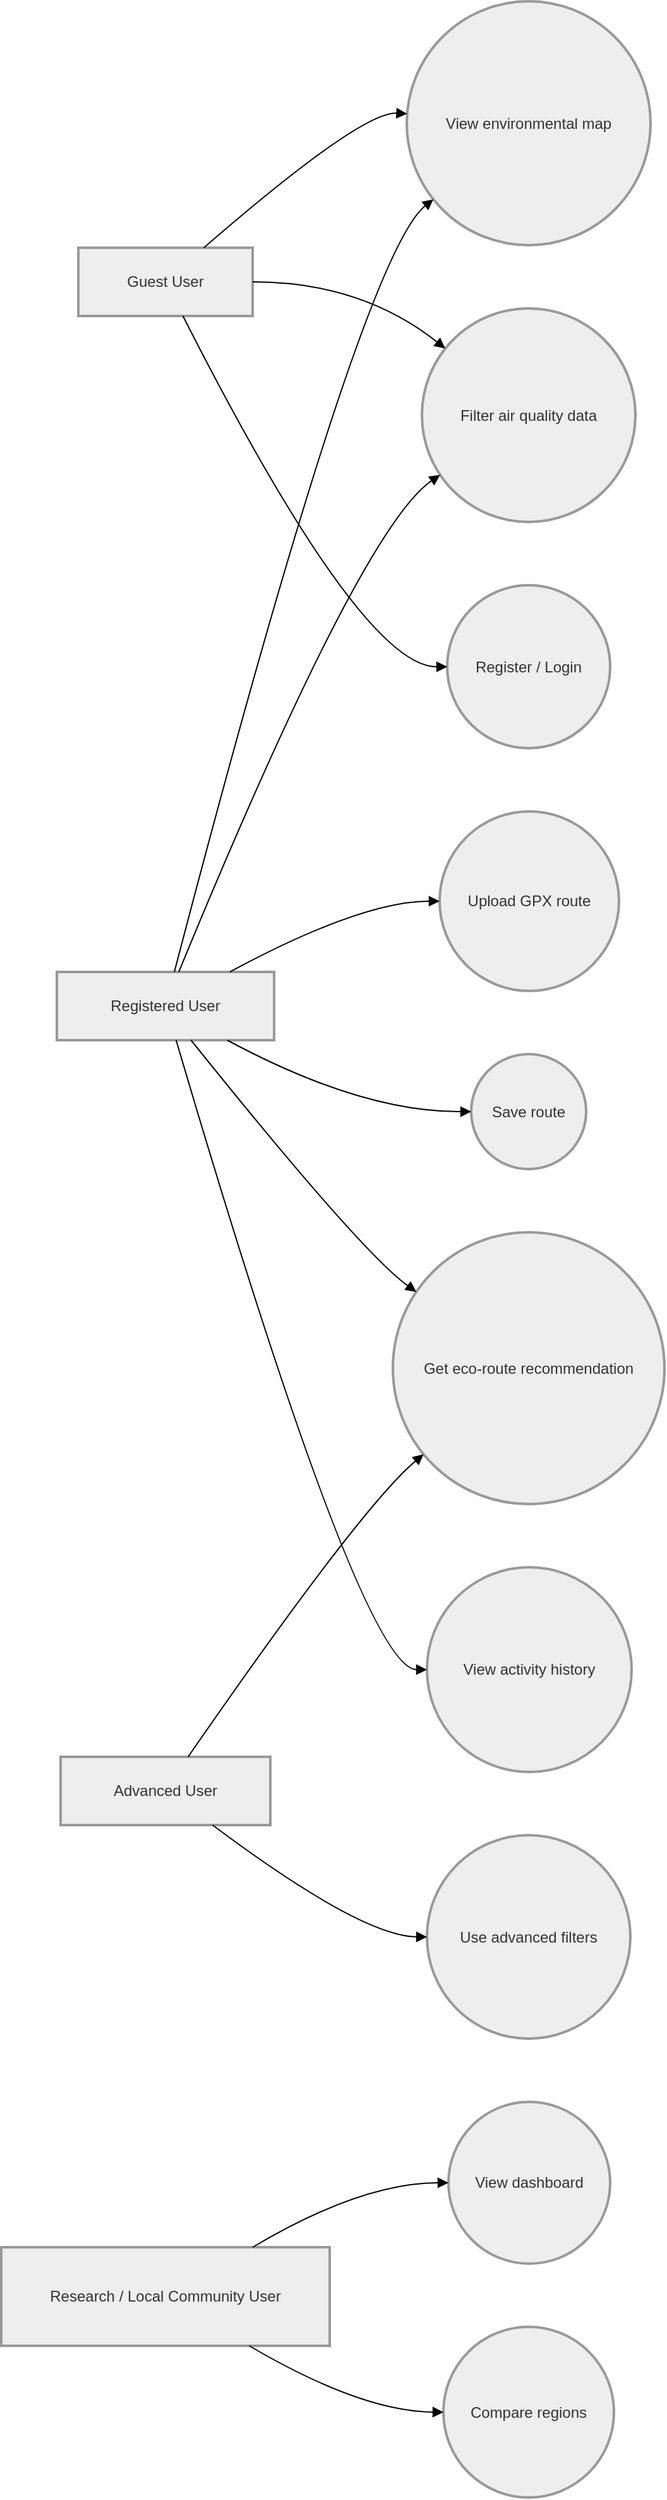
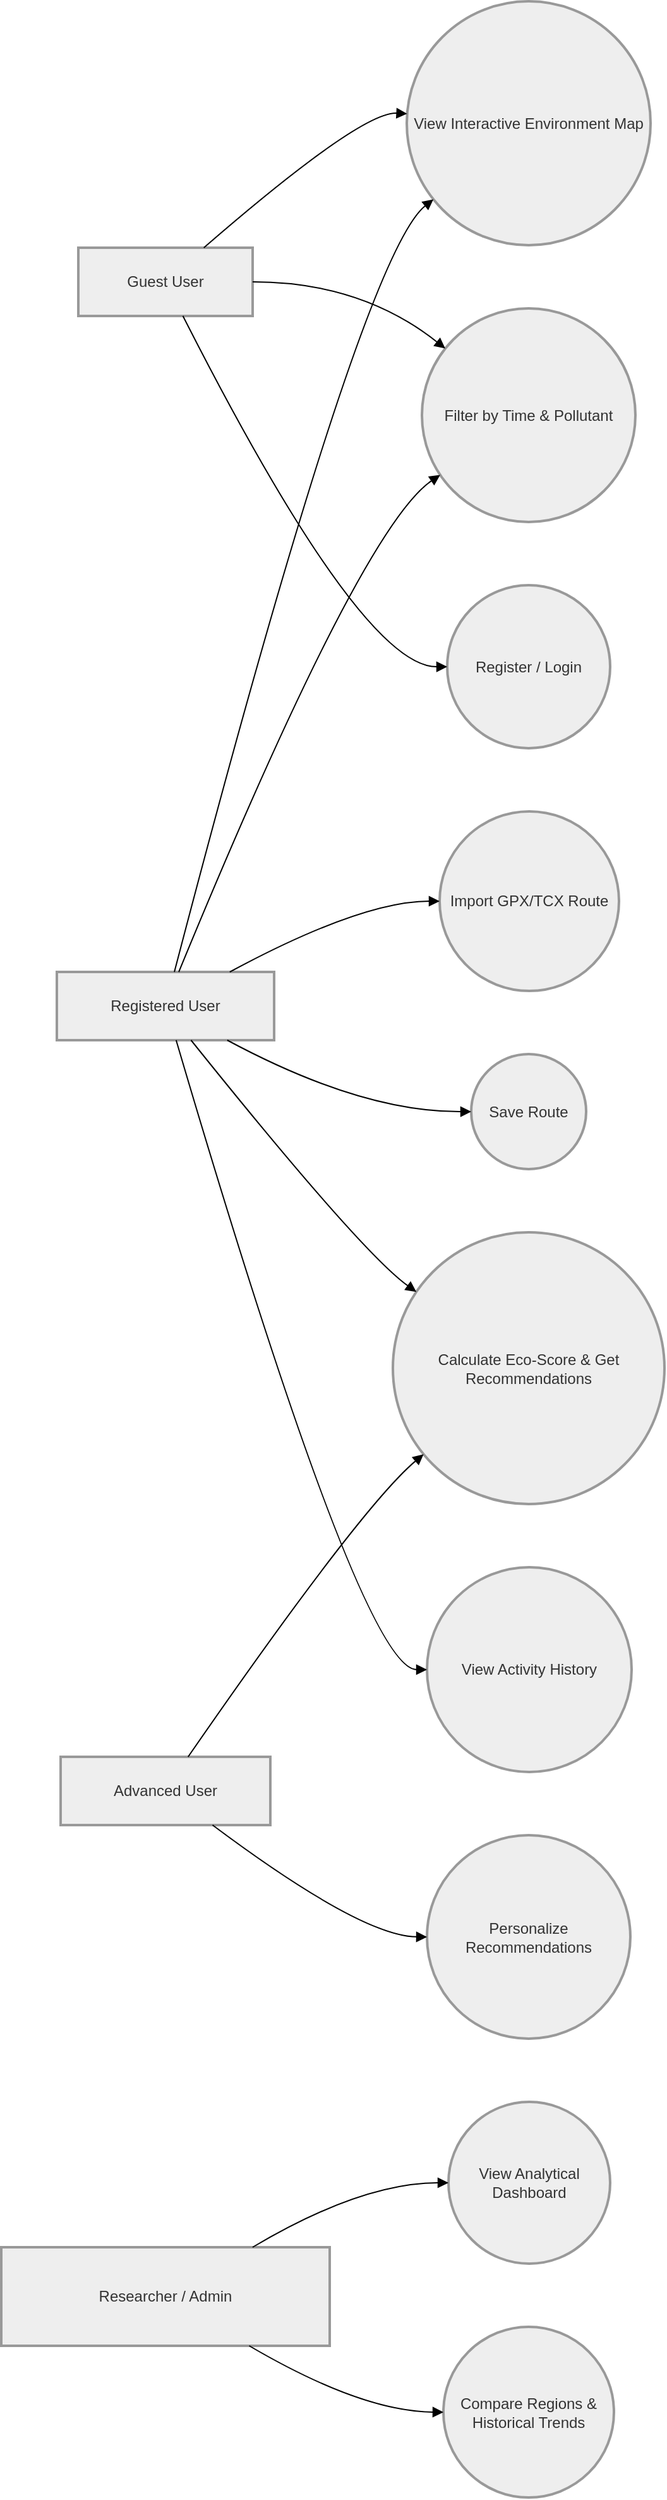
<mxfile host="app.diagrams.net">
  <diagram name="Page-1" id="PHo1FHuM4q4CtH5JVvig">
    <mxGraphModel dx="1030" dy="562" grid="1" gridSize="10" guides="1" tooltips="1" connect="1" arrows="1" fold="1" page="1" pageScale="1" pageWidth="850" pageHeight="1100" math="0" shadow="0">
      <root>
        <mxCell id="0" />
        <mxCell id="1" parent="0" />
        <mxCell id="tD_OXxUOq-QVR94ilkPj-1" parent="1" style="whiteSpace=wrap;strokeWidth=2;fillColor=light-dark(#eeeeee,#1f2020);strokeColor=light-dark(#999999,#cccccc);fontColor=light-dark(#333333,#cccccc);" value="Guest User" vertex="1">
          <mxGeometry height="54" width="138" x="81" y="215" as="geometry" />
        </mxCell>
        <mxCell id="tD_OXxUOq-QVR94ilkPj-2" parent="1" style="whiteSpace=wrap;strokeWidth=2;fillColor=light-dark(#eeeeee,#1f2020);strokeColor=light-dark(#999999,#cccccc);fontColor=light-dark(#333333,#cccccc);" value="Registered User" vertex="1">
          <mxGeometry height="54" width="172" x="64" y="788" as="geometry" />
        </mxCell>
        <mxCell id="tD_OXxUOq-QVR94ilkPj-3" parent="1" style="whiteSpace=wrap;strokeWidth=2;fillColor=light-dark(#eeeeee,#1f2020);strokeColor=light-dark(#999999,#cccccc);fontColor=light-dark(#333333,#cccccc);" value="Advanced User" vertex="1">
          <mxGeometry height="54" width="166" x="67" y="1409" as="geometry" />
        </mxCell>
-         <mxCell id="tD_OXxUOq-QVR94ilkPj-4" parent="1" style="whiteSpace=wrap;strokeWidth=2;fillColor=light-dark(#eeeeee,#1f2020);strokeColor=light-dark(#999999,#cccccc);fontColor=light-dark(#333333,#cccccc);" value="Research / Local Community User" vertex="1">
+         <mxCell id="tD_OXxUOq-QVR94ilkPj-4" parent="1" style="whiteSpace=wrap;strokeWidth=2;fillColor=light-dark(#eeeeee,#1f2020);strokeColor=light-dark(#999999,#cccccc);fontColor=light-dark(#333333,#cccccc);" value="Researcher / Admin" vertex="1">
          <mxGeometry height="78" width="260" x="20" y="1797" as="geometry" />
        </mxCell>
-         <mxCell id="tD_OXxUOq-QVR94ilkPj-5" parent="1" style="ellipse;aspect=fixed;strokeWidth=2;whiteSpace=wrap;fillColor=light-dark(#eeeeee,#1f2020);strokeColor=light-dark(#999999,#cccccc);fontColor=light-dark(#333333,#cccccc);" value="View environmental map" vertex="1">
+         <mxCell id="tD_OXxUOq-QVR94ilkPj-5" parent="1" style="ellipse;aspect=fixed;strokeWidth=2;whiteSpace=wrap;fillColor=light-dark(#eeeeee,#1f2020);strokeColor=light-dark(#999999,#cccccc);fontColor=light-dark(#333333,#cccccc);" value="View Interactive Environment Map" vertex="1">
          <mxGeometry height="193" width="193" x="341" y="20" as="geometry" />
        </mxCell>
-         <mxCell id="tD_OXxUOq-QVR94ilkPj-6" parent="1" style="ellipse;aspect=fixed;strokeWidth=2;whiteSpace=wrap;fillColor=light-dark(#eeeeee,#1f2020);strokeColor=light-dark(#999999,#cccccc);fontColor=light-dark(#333333,#cccccc);" value="Filter air quality data" vertex="1">
+         <mxCell id="tD_OXxUOq-QVR94ilkPj-6" parent="1" style="ellipse;aspect=fixed;strokeWidth=2;whiteSpace=wrap;fillColor=light-dark(#eeeeee,#1f2020);strokeColor=light-dark(#999999,#cccccc);fontColor=light-dark(#333333,#cccccc);" value="Filter by Time &amp; Pollutant" vertex="1">
          <mxGeometry height="169" width="169" x="353" y="263" as="geometry" />
        </mxCell>
        <mxCell id="tD_OXxUOq-QVR94ilkPj-7" parent="1" style="ellipse;aspect=fixed;strokeWidth=2;whiteSpace=wrap;fillColor=light-dark(#eeeeee,#1f2020);strokeColor=light-dark(#999999,#cccccc);fontColor=light-dark(#333333,#cccccc);" value="Register / Login" vertex="1">
          <mxGeometry height="129" width="129" x="373" y="482" as="geometry" />
        </mxCell>
-         <mxCell id="tD_OXxUOq-QVR94ilkPj-8" parent="1" style="ellipse;aspect=fixed;strokeWidth=2;whiteSpace=wrap;fillColor=light-dark(#eeeeee,#1f2020);strokeColor=light-dark(#999999,#cccccc);fontColor=light-dark(#333333,#cccccc);" value="Upload GPX route" vertex="1">
+         <mxCell id="tD_OXxUOq-QVR94ilkPj-8" parent="1" style="ellipse;aspect=fixed;strokeWidth=2;whiteSpace=wrap;fillColor=light-dark(#eeeeee,#1f2020);strokeColor=light-dark(#999999,#cccccc);fontColor=light-dark(#333333,#cccccc);" value="Import GPX/TCX Route" vertex="1">
          <mxGeometry height="142" width="142" x="367" y="661" as="geometry" />
        </mxCell>
-         <mxCell id="tD_OXxUOq-QVR94ilkPj-9" parent="1" style="ellipse;aspect=fixed;strokeWidth=2;whiteSpace=wrap;fillColor=light-dark(#eeeeee,#1f2020);strokeColor=light-dark(#999999,#cccccc);fontColor=light-dark(#333333,#cccccc);" value="Save route" vertex="1">
+         <mxCell id="tD_OXxUOq-QVR94ilkPj-9" parent="1" style="ellipse;aspect=fixed;strokeWidth=2;whiteSpace=wrap;fillColor=light-dark(#eeeeee,#1f2020);strokeColor=light-dark(#999999,#cccccc);fontColor=light-dark(#333333,#cccccc);" value="Save Route" vertex="1">
          <mxGeometry height="91" width="91" x="392" y="853" as="geometry" />
        </mxCell>
-         <mxCell id="tD_OXxUOq-QVR94ilkPj-10" parent="1" style="ellipse;aspect=fixed;strokeWidth=2;whiteSpace=wrap;fillColor=light-dark(#eeeeee,#1f2020);strokeColor=light-dark(#999999,#cccccc);fontColor=light-dark(#333333,#cccccc);" value="Get eco-route recommendation" vertex="1">
+         <mxCell id="tD_OXxUOq-QVR94ilkPj-10" parent="1" style="ellipse;aspect=fixed;strokeWidth=2;whiteSpace=wrap;fillColor=light-dark(#eeeeee,#1f2020);strokeColor=light-dark(#999999,#cccccc);fontColor=light-dark(#333333,#cccccc);" value="Calculate Eco-Score &amp; Get Recommendations" vertex="1">
          <mxGeometry height="215" width="215" x="330" y="994" as="geometry" />
        </mxCell>
-         <mxCell id="tD_OXxUOq-QVR94ilkPj-11" parent="1" style="ellipse;aspect=fixed;strokeWidth=2;whiteSpace=wrap;fillColor=light-dark(#eeeeee,#1f2020);strokeColor=light-dark(#999999,#cccccc);fontColor=light-dark(#333333,#cccccc);" value="View activity history" vertex="1">
+         <mxCell id="tD_OXxUOq-QVR94ilkPj-11" parent="1" style="ellipse;aspect=fixed;strokeWidth=2;whiteSpace=wrap;fillColor=light-dark(#eeeeee,#1f2020);strokeColor=light-dark(#999999,#cccccc);fontColor=light-dark(#333333,#cccccc);" value="View Activity History" vertex="1">
          <mxGeometry height="162" width="162" x="357" y="1259" as="geometry" />
        </mxCell>
-         <mxCell id="tD_OXxUOq-QVR94ilkPj-12" parent="1" style="ellipse;aspect=fixed;strokeWidth=2;whiteSpace=wrap;fillColor=light-dark(#eeeeee,#1f2020);strokeColor=light-dark(#999999,#cccccc);fontColor=light-dark(#333333,#cccccc);" value="Use advanced filters" vertex="1">
+         <mxCell id="tD_OXxUOq-QVR94ilkPj-12" parent="1" style="ellipse;aspect=fixed;strokeWidth=2;whiteSpace=wrap;fillColor=light-dark(#eeeeee,#1f2020);strokeColor=light-dark(#999999,#cccccc);fontColor=light-dark(#333333,#cccccc);" value="Personalize Recommendations" vertex="1">
          <mxGeometry height="161" width="161" x="357" y="1471" as="geometry" />
        </mxCell>
-         <mxCell id="tD_OXxUOq-QVR94ilkPj-13" parent="1" style="ellipse;aspect=fixed;strokeWidth=2;whiteSpace=wrap;fillColor=light-dark(#eeeeee,#1f2020);strokeColor=light-dark(#999999,#cccccc);fontColor=light-dark(#333333,#cccccc);" value="View dashboard" vertex="1">
+         <mxCell id="tD_OXxUOq-QVR94ilkPj-13" parent="1" style="ellipse;aspect=fixed;strokeWidth=2;whiteSpace=wrap;fillColor=light-dark(#eeeeee,#1f2020);strokeColor=light-dark(#999999,#cccccc);fontColor=light-dark(#333333,#cccccc);" value="View Analytical Dashboard" vertex="1">
          <mxGeometry height="128" width="128" x="374" y="1682" as="geometry" />
        </mxCell>
-         <mxCell id="tD_OXxUOq-QVR94ilkPj-14" parent="1" style="ellipse;aspect=fixed;strokeWidth=2;whiteSpace=wrap;fillColor=light-dark(#eeeeee,#1f2020);strokeColor=light-dark(#999999,#cccccc);fontColor=light-dark(#333333,#cccccc);" value="Compare regions" vertex="1">
+         <mxCell id="tD_OXxUOq-QVR94ilkPj-14" parent="1" style="ellipse;aspect=fixed;strokeWidth=2;whiteSpace=wrap;fillColor=light-dark(#eeeeee,#1f2020);strokeColor=light-dark(#999999,#cccccc);fontColor=light-dark(#333333,#cccccc);" value="Compare Regions &amp; Historical Trends" vertex="1">
          <mxGeometry height="135" width="135" x="370" y="1860" as="geometry" />
        </mxCell>
        <mxCell id="tD_OXxUOq-QVR94ilkPj-15" edge="1" parent="1" source="tD_OXxUOq-QVR94ilkPj-1" style="curved=1;startArrow=none;endArrow=block;exitX=0.72;exitY=0;entryX=0;entryY=0.46;rounded=0;" target="tD_OXxUOq-QVR94ilkPj-5" value="">
          <mxGeometry relative="1" as="geometry">
            <Array as="points">
              <mxPoint x="305" y="107" />
            </Array>
          </mxGeometry>
        </mxCell>
        <mxCell id="tD_OXxUOq-QVR94ilkPj-16" edge="1" parent="1" source="tD_OXxUOq-QVR94ilkPj-1" style="curved=1;startArrow=none;endArrow=block;exitX=1;exitY=0.5;entryX=0;entryY=0.1;rounded=0;" target="tD_OXxUOq-QVR94ilkPj-6" value="">
          <mxGeometry relative="1" as="geometry">
            <Array as="points">
              <mxPoint x="305" y="242" />
            </Array>
          </mxGeometry>
        </mxCell>
        <mxCell id="tD_OXxUOq-QVR94ilkPj-17" edge="1" parent="1" source="tD_OXxUOq-QVR94ilkPj-1" style="curved=1;startArrow=none;endArrow=block;exitX=0.6;exitY=1;entryX=0;entryY=0.5;rounded=0;" target="tD_OXxUOq-QVR94ilkPj-7" value="">
          <mxGeometry relative="1" as="geometry">
            <Array as="points">
              <mxPoint x="305" y="547" />
            </Array>
          </mxGeometry>
        </mxCell>
        <mxCell id="tD_OXxUOq-QVR94ilkPj-18" edge="1" parent="1" source="tD_OXxUOq-QVR94ilkPj-2" style="curved=1;startArrow=none;endArrow=block;exitX=0.54;exitY=0.01;entryX=0;entryY=0.9;rounded=0;" target="tD_OXxUOq-QVR94ilkPj-5" value="">
          <mxGeometry relative="1" as="geometry">
            <Array as="points">
              <mxPoint x="305" y="222" />
            </Array>
          </mxGeometry>
        </mxCell>
        <mxCell id="tD_OXxUOq-QVR94ilkPj-19" edge="1" parent="1" source="tD_OXxUOq-QVR94ilkPj-2" style="curved=1;startArrow=none;endArrow=block;exitX=0.56;exitY=0.01;entryX=0;entryY=0.84;rounded=0;" target="tD_OXxUOq-QVR94ilkPj-6" value="">
          <mxGeometry relative="1" as="geometry">
            <Array as="points">
              <mxPoint x="305" y="437" />
            </Array>
          </mxGeometry>
        </mxCell>
        <mxCell id="tD_OXxUOq-QVR94ilkPj-20" edge="1" parent="1" source="tD_OXxUOq-QVR94ilkPj-2" style="curved=1;startArrow=none;endArrow=block;exitX=0.79;exitY=0.01;entryX=0;entryY=0.5;rounded=0;" target="tD_OXxUOq-QVR94ilkPj-8" value="">
          <mxGeometry relative="1" as="geometry">
            <Array as="points">
              <mxPoint x="305" y="732" />
            </Array>
          </mxGeometry>
        </mxCell>
        <mxCell id="tD_OXxUOq-QVR94ilkPj-21" edge="1" parent="1" source="tD_OXxUOq-QVR94ilkPj-2" style="curved=1;startArrow=none;endArrow=block;exitX=0.79;exitY=1.01;entryX=0;entryY=0.5;rounded=0;" target="tD_OXxUOq-QVR94ilkPj-9" value="">
          <mxGeometry relative="1" as="geometry">
            <Array as="points">
              <mxPoint x="305" y="899" />
            </Array>
          </mxGeometry>
        </mxCell>
        <mxCell id="tD_OXxUOq-QVR94ilkPj-22" edge="1" parent="1" source="tD_OXxUOq-QVR94ilkPj-2" style="curved=1;startArrow=none;endArrow=block;exitX=0.62;exitY=1.01;entryX=0;entryY=0.16;rounded=0;" target="tD_OXxUOq-QVR94ilkPj-10" value="">
          <mxGeometry relative="1" as="geometry">
            <Array as="points">
              <mxPoint x="305" y="1010" />
            </Array>
          </mxGeometry>
        </mxCell>
        <mxCell id="tD_OXxUOq-QVR94ilkPj-23" edge="1" parent="1" source="tD_OXxUOq-QVR94ilkPj-2" style="curved=1;startArrow=none;endArrow=block;exitX=0.55;exitY=1.01;entryX=0;entryY=0.5;rounded=0;" target="tD_OXxUOq-QVR94ilkPj-11" value="">
          <mxGeometry relative="1" as="geometry">
            <Array as="points">
              <mxPoint x="305" y="1340" />
            </Array>
          </mxGeometry>
        </mxCell>
        <mxCell id="tD_OXxUOq-QVR94ilkPj-24" edge="1" parent="1" source="tD_OXxUOq-QVR94ilkPj-3" style="curved=1;startArrow=none;endArrow=block;exitX=0.72;exitY=0.99;entryX=0;entryY=0.5;rounded=0;" target="tD_OXxUOq-QVR94ilkPj-12" value="">
          <mxGeometry relative="1" as="geometry">
            <Array as="points">
              <mxPoint x="305" y="1551" />
            </Array>
          </mxGeometry>
        </mxCell>
        <mxCell id="tD_OXxUOq-QVR94ilkPj-25" edge="1" parent="1" source="tD_OXxUOq-QVR94ilkPj-3" style="curved=1;startArrow=none;endArrow=block;exitX=0.61;exitY=-0.01;entryX=0;entryY=0.91;rounded=0;" target="tD_OXxUOq-QVR94ilkPj-10" value="">
          <mxGeometry relative="1" as="geometry">
            <Array as="points">
              <mxPoint x="305" y="1211" />
            </Array>
          </mxGeometry>
        </mxCell>
        <mxCell id="tD_OXxUOq-QVR94ilkPj-26" edge="1" parent="1" source="tD_OXxUOq-QVR94ilkPj-4" style="curved=1;startArrow=none;endArrow=block;exitX=0.76;exitY=0.01;entryX=0;entryY=0.5;rounded=0;" target="tD_OXxUOq-QVR94ilkPj-13" value="">
          <mxGeometry relative="1" as="geometry">
            <Array as="points">
              <mxPoint x="305" y="1746" />
            </Array>
          </mxGeometry>
        </mxCell>
        <mxCell id="tD_OXxUOq-QVR94ilkPj-27" edge="1" parent="1" source="tD_OXxUOq-QVR94ilkPj-4" style="curved=1;startArrow=none;endArrow=block;exitX=0.76;exitY=1.01;entryX=0;entryY=0.5;rounded=0;" target="tD_OXxUOq-QVR94ilkPj-14" value="">
          <mxGeometry relative="1" as="geometry">
            <Array as="points">
              <mxPoint x="305" y="1927" />
            </Array>
          </mxGeometry>
        </mxCell>
      </root>
    </mxGraphModel>
  </diagram>
- </mxfile>
+ </mxfile>